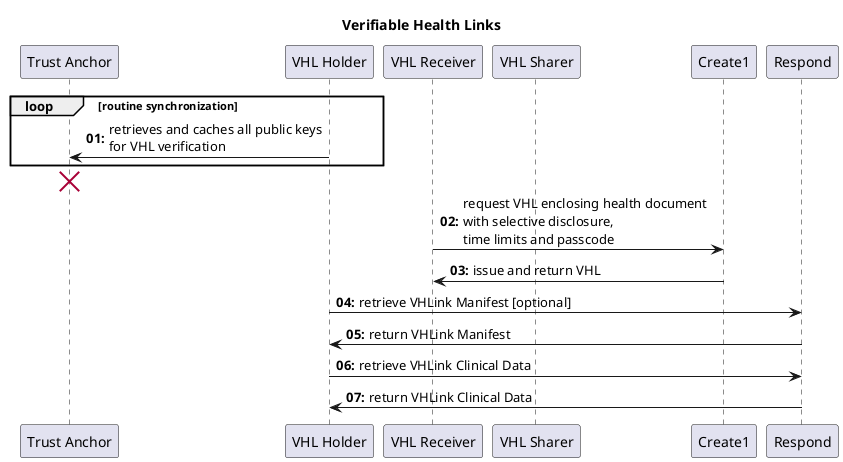
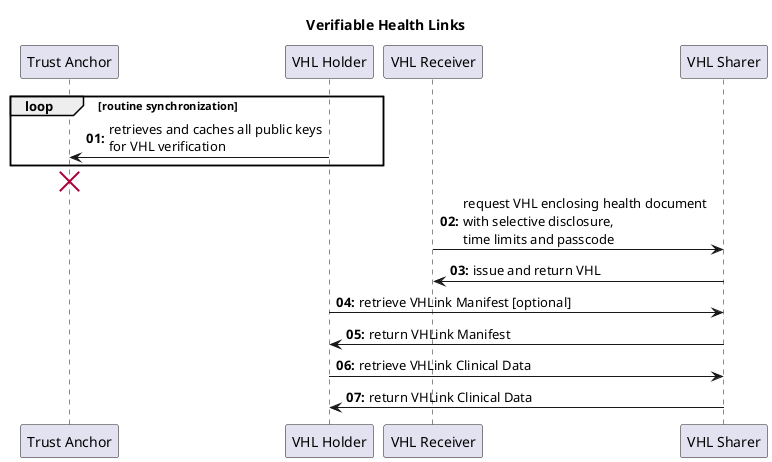
@startuml
skinparam svgDimensionStyle false

title Verifiable Health Links


participant "Trust Anchor" as TA
participant "VHL Holder" as Consume
participant "VHL Receiver" as Request
participant "VHL Sharer" as Sharer

autonumber "<b>00:</b>"


loop routine synchronization
  Consume -> TA : retrieves and caches all public keys\nfor VHL verification
end
destroy TA

- Request -> Create1  : request VHL enclosing health document\nwith selective disclosure,\ntime limits and passcode
- Create1 -> Request : issue and return VHL
+ Request -> Sharer  : request VHL enclosing health document\nwith selective disclosure,\ntime limits and passcode
+ Sharer -> Request : issue and return VHL

- Consume -> Respond : retrieve VHLink Manifest [optional]
- Respond -> Consume : return VHLink Manifest
+ Consume -> Sharer : retrieve VHLink Manifest [optional]
+ Sharer -> Consume : return VHLink Manifest

- Consume -> Respond : retrieve VHLink Clinical Data
- Respond -> Consume : return VHLink Clinical Data
+ Consume -> Sharer : retrieve VHLink Clinical Data
+ Sharer -> Consume : return VHLink Clinical Data




@enduml
